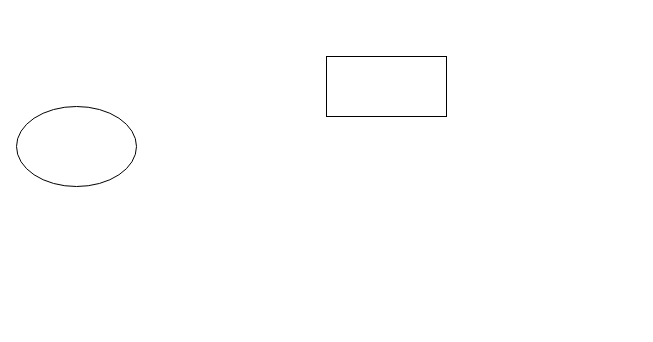
Before: dfire/大盘鸡.drawio in SurpriseXiong/draw, a draw.io diagram. Source tidied: cells renumbered, new cells numbered last; positions are measured from the earlier drawing's top-left corner, leaving out a move shared by most shapes. Both pictures are drawn from the tidied source at 100%, with x=0, y=0 at pixel (16, 56).
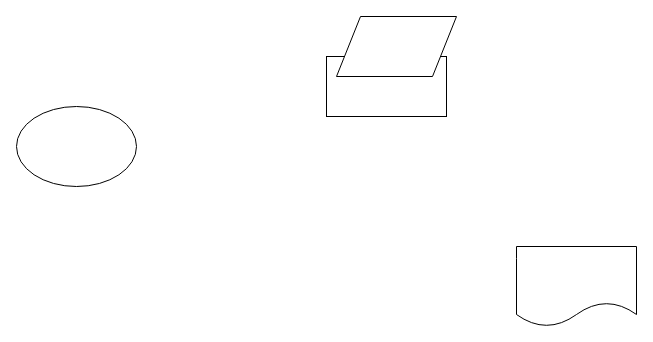
The same page after the edit.

What changed in the source:
```diff
@@
 <mxGraphModel>
   <root>
     <mxCell id="0" />
     <mxCell id="1" parent="0" />
     <mxCell id="2" style="rounded=0;whiteSpace=wrap;html=1;" parent="1" vertex="1">
       <mxGeometry x="310" width="120" height="60" as="geometry" />
     </mxCell>
     <mxCell id="3" style="ellipse;whiteSpace=wrap;html=1;" parent="1" vertex="1">
       <mxGeometry y="50" width="120" height="80" as="geometry" />
     </mxCell>
+    <mxCell id="4" style="shape=document;whiteSpace=wrap;html=1;boundedLbl=1;" parent="1" vertex="1">
+      <mxGeometry x="500" y="190" width="120" height="80" as="geometry" />
+    </mxCell>
+    <mxCell id="5" style="shape=parallelogram;perimeter=parallelogramPerimeter;whiteSpace=wrap;html=1;" parent="1" vertex="1">
+      <mxGeometry x="320" y="-40" width="120" height="60" as="geometry" />
+    </mxCell>
   </root>
 </mxGraphModel>
```
